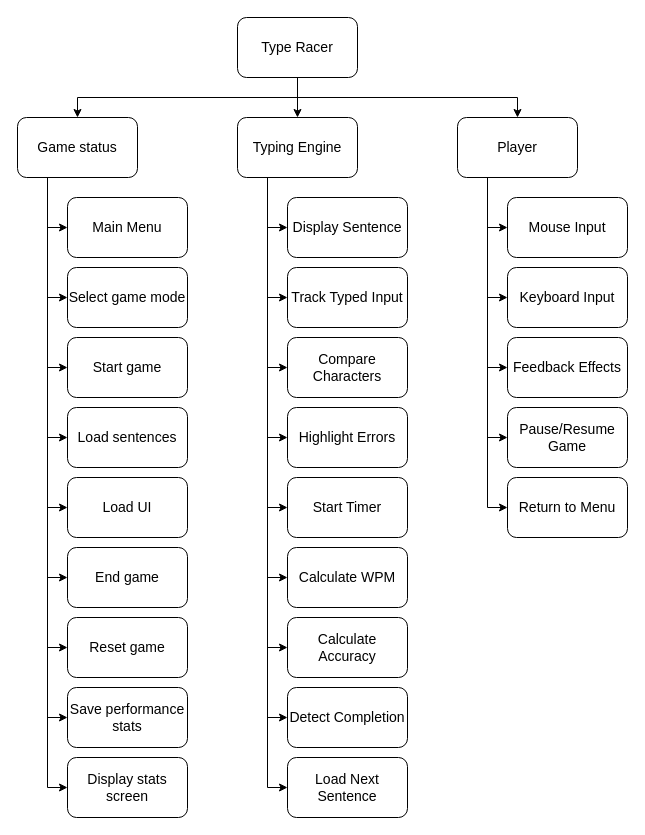
Above: procedurally diagram.drawio in Bxnetic/another-type-racer (draw.io), before the change. Source tidied: cells renumbered, new cells numbered last; positions are measured from the earlier drawing's top-left corner, leaving out a move shared by most shapes. Both pictures are drawn from the tidied source at 100%, with x=0, y=0 at pixel (17, 17).
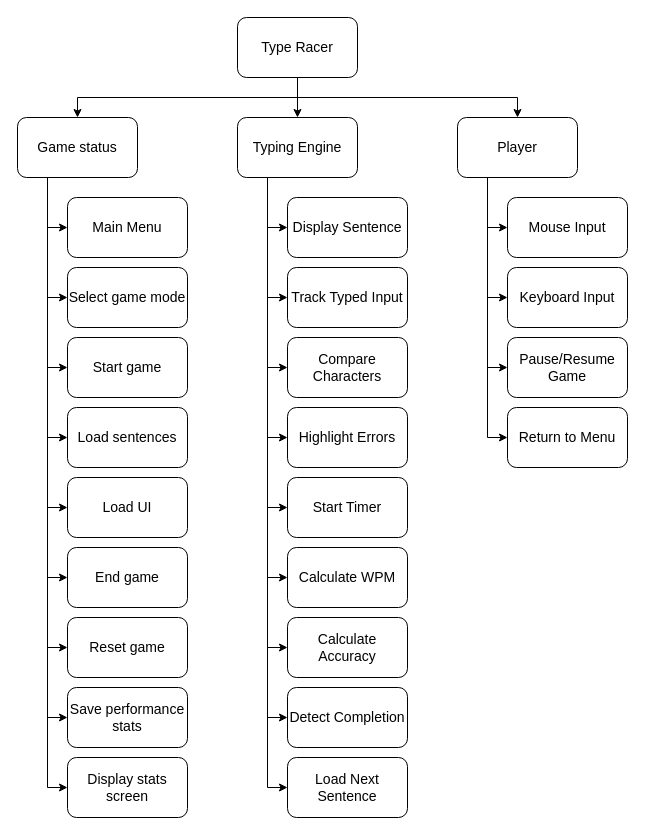
The same diagram, later.

The change refers to these unchanged cells:
```xml
<mxCell id="7" value="&lt;span style=&quot;&quot;&gt;Player&lt;/span&gt;" style="rounded=1;whiteSpace=wrap;html=1;fontSize=14;fontColor=light-dark(#000000,#000000);labelBackgroundColor=none;fillColor=light-dark(#FFFFFF,#FFFFFF);" parent="1" vertex="1">
  <mxGeometry x="440" y="100" width="120" height="60" as="geometry" />
</mxCell>
```

What changed in the source:
```diff
@@
     <mxCell id="47" style="endArrow=none;html=1;rounded=0;entryX=0.25;entryY=1;entryDx=0;entryDy=0;" parent="1" edge="1" target="7">
       <mxGeometry relative="1" as="geometry">
-        <mxPoint x="470" y="490" as="sourcePoint" />
+        <mxPoint x="470" y="420" as="sourcePoint" />
       </mxGeometry>
     </mxCell>
@@
-    <mxCell id="50" value="Feedback Effects" style="rounded=1;whiteSpace=wrap;html=1;fontSize=14;fontColor=light-dark(#000000,#000000);labelBackgroundColor=none;fillColor=light-dark(#FFFFFF,#FFFFFF);" parent="1" vertex="1">
+    <mxCell id="50" value="Pause/Resume Game" style="rounded=1;whiteSpace=wrap;html=1;fontSize=14;fontColor=light-dark(#000000,#000000);labelBackgroundColor=none;fillColor=light-dark(#FFFFFF,#FFFFFF);" parent="1" vertex="1">
       <mxGeometry x="490" y="320" width="120" height="60" as="geometry" />
     </mxCell>
-    <mxCell id="51" value="Pause/Resume Game" style="rounded=1;whiteSpace=wrap;html=1;fontSize=14;fontColor=light-dark(#000000,#000000);labelBackgroundColor=none;fillColor=light-dark(#FFFFFF,#FFFFFF);" parent="1" vertex="1">
+    <mxCell id="51" value="Return to Menu" style="rounded=1;whiteSpace=wrap;html=1;fontSize=14;fontColor=light-dark(#000000,#000000);labelBackgroundColor=none;fillColor=light-dark(#FFFFFF,#FFFFFF);" parent="1" vertex="1">
       <mxGeometry x="490" y="390" width="120" height="60" as="geometry" />
     </mxCell>
-    <mxCell id="52" value="Return to Menu" style="rounded=1;whiteSpace=wrap;html=1;fontSize=14;fontColor=light-dark(#000000,#000000);labelBackgroundColor=none;fillColor=light-dark(#FFFFFF,#FFFFFF);" parent="1" vertex="1">
-      <mxGeometry x="490" y="460" width="120" height="60" as="geometry" />
-    </mxCell>
@@
-    <mxCell id="57" style="endArrow=classic;html=1;rounded=0;entryX=0;entryY=0.5;entryDx=0;entryDy=0;" parent="1" edge="1" target="52">
-      <mxGeometry relative="1" as="geometry">
-        <mxPoint x="470" y="490" as="sourcePoint" />
-      </mxGeometry>
-    </mxCell>
```
